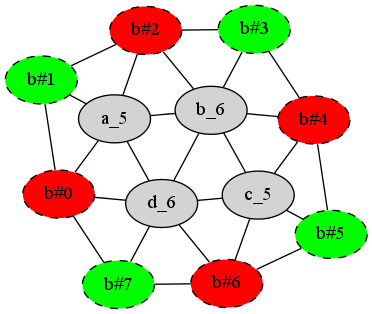
This is test.png from olleicua/Py4colorReduction, a Graphviz export, as it was before one commit. Its source is kept beside it as test.dot.
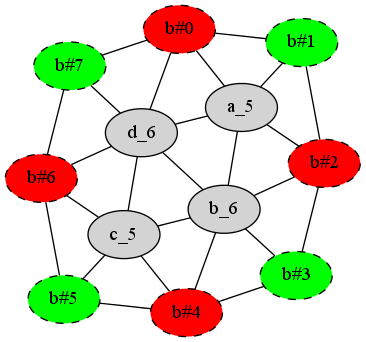
The same diagram one commit later.

Diff of the diagram source:
```diff
@@ -1,15 +1,16 @@
 graph {
+graph [overlap="false"]
 node [style="filled"]
 "a_5" []
 "b_6" []
-"b#0" [fillcolor="#ff0000",style="filled,dashed"]
-"b#1" [fillcolor="#00ff00",style="filled,dashed"]
-"b#2" [fillcolor="#ff0000",style="filled,dashed"]
-"b#3" [fillcolor="#00ff00",style="filled,dashed"]
-"b#4" [fillcolor="#ff0000",style="filled,dashed"]
-"b#5" [fillcolor="#00ff00",style="filled,dashed"]
-"b#6" [fillcolor="#ff0000",style="filled,dashed"]
-"b#7" [fillcolor="#00ff00",style="filled,dashed"]
+"b#0" [fillcolor="#ff0000",style="filled,dashed",pos="2.000000,7.000000"]
+"b#1" [fillcolor="#00ff00",style="filled,dashed",pos="5.535534,5.535534"]
+"b#2" [fillcolor="#ff0000",style="filled,dashed",pos="7.000000,2.000000"]
+"b#3" [fillcolor="#00ff00",style="filled,dashed",pos="5.535534,-1.535534"]
+"b#4" [fillcolor="#ff0000",style="filled,dashed",pos="2.000000,-3.000000"]
+"b#5" [fillcolor="#00ff00",style="filled,dashed",pos="-1.535534,-1.535534"]
+"b#6" [fillcolor="#ff0000",style="filled,dashed",pos="-3.000000,2.000000"]
+"b#7" [fillcolor="#00ff00",style="filled,dashed",pos="-1.535534,5.535534"]
 "c_5" []
 "d_6" []
 "a_5" -- "b_6"
```
